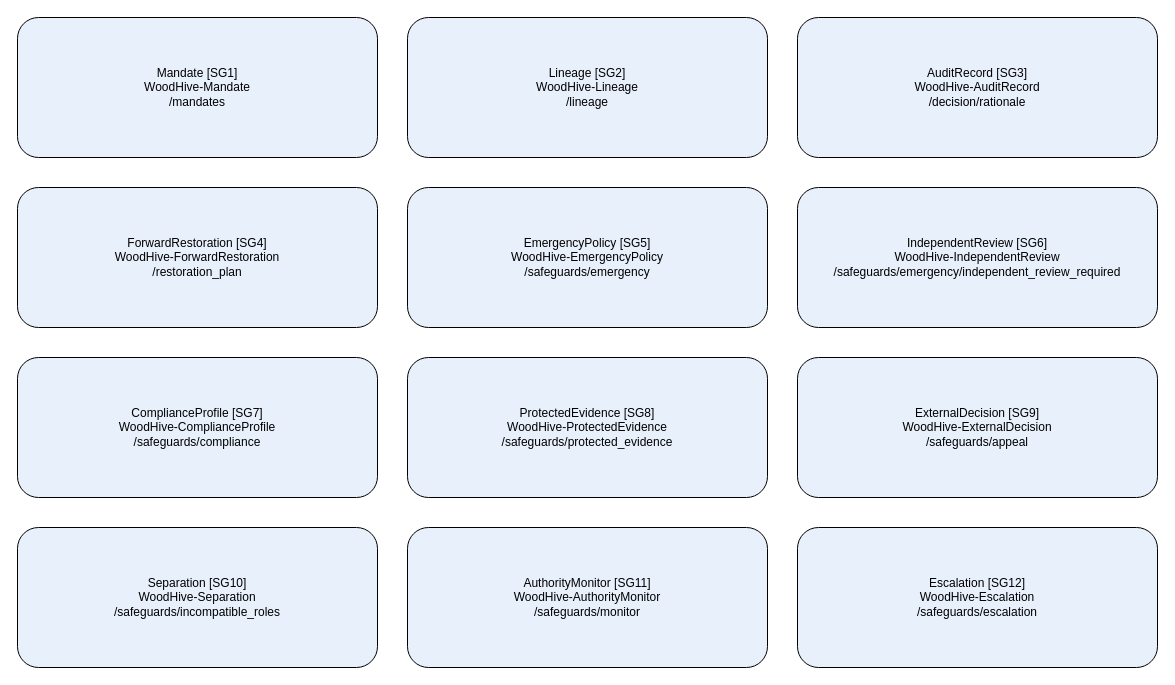
alexbafana/MKM-POL21-2025 keeps this draw.io diagram as reproducibility/paper-b/models/extended-views/Safeguard.drawio. Above is the earlier version. Source tidied: cells renumbered, new cells numbered last; positions are measured from the earlier drawing's top-left corner, leaving out a move shared by most shapes. Both pictures are drawn from the tidied source at 100%, with x=0, y=0 at pixel (17, 17).
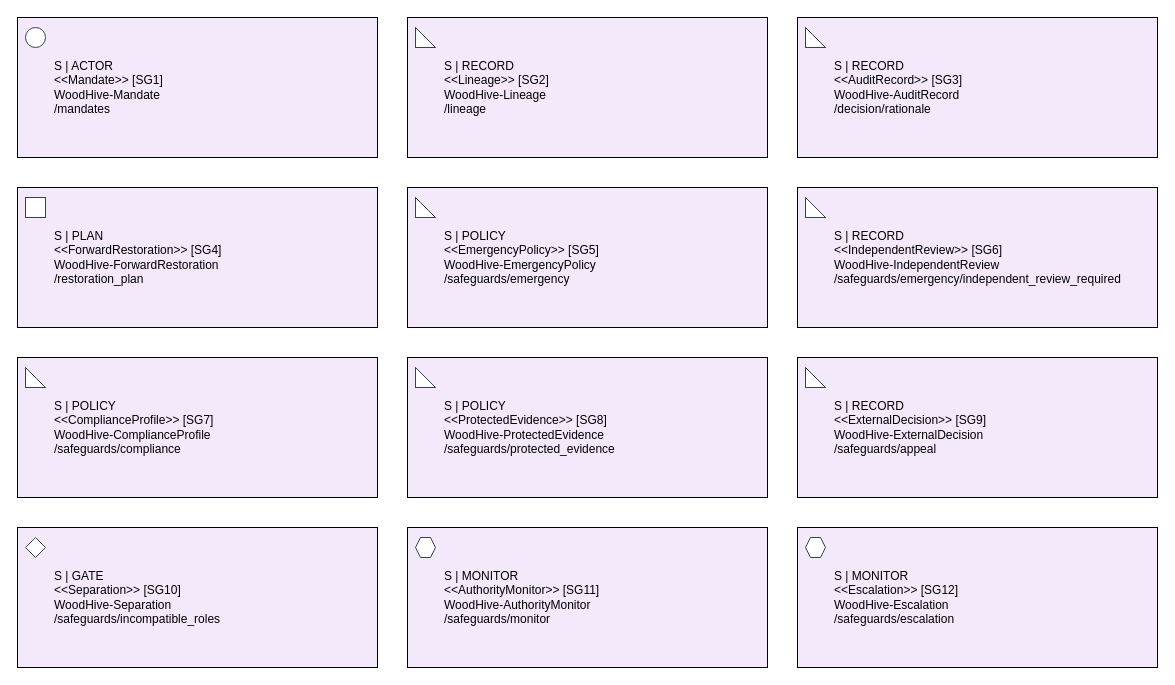
After the change.

The edit, as a diff of the source:
```diff
@@
-    <mxCell id="2" value="Mandate [SG1]&#10;WoodHive-Mandate&#10;/mandates" style="rounded=1;whiteSpace=wrap;html=0;fillColor=#e8f0fb;" parent="1" vertex="1">
+    <mxCell id="2" value="S | ACTOR&#10;&lt;&lt;Mandate&gt;&gt; [SG1]&#10;WoodHive-Mandate&#10;/mandates" style="rounded=0;whiteSpace=wrap;html=0;align=left;spacingLeft=35;fillColor=#f4e9fa;" parent="1" vertex="1">
       <mxGeometry width="360" height="140" as="geometry" />
     </mxCell>
+    <mxCell id="14" style="shape=ellipse;fillColor=#ffffff;strokeColor=#334155;" parent="2" vertex="1">
+      <mxGeometry x="8" y="10" width="20" height="20" as="geometry" />
+    </mxCell>
-    <mxCell id="3" value="Lineage [SG2]&#10;WoodHive-Lineage&#10;/lineage" style="rounded=1;whiteSpace=wrap;html=0;fillColor=#e8f0fb;" parent="1" vertex="1">
+    <mxCell id="3" value="S | RECORD&#10;&lt;&lt;Lineage&gt;&gt; [SG2]&#10;WoodHive-Lineage&#10;/lineage" style="rounded=0;whiteSpace=wrap;html=0;align=left;spacingLeft=35;fillColor=#f4e9fa;" parent="1" vertex="1">
       <mxGeometry x="390" width="360" height="140" as="geometry" />
     </mxCell>
+    <mxCell id="15" style="shape=note;fillColor=#ffffff;strokeColor=#334155;" parent="3" vertex="1">
+      <mxGeometry x="8" y="10" width="20" height="20" as="geometry" />
+    </mxCell>
-    <mxCell id="4" value="AuditRecord [SG3]&#10;WoodHive-AuditRecord&#10;/decision/rationale" style="rounded=1;whiteSpace=wrap;html=0;fillColor=#e8f0fb;" parent="1" vertex="1">
+    <mxCell id="4" value="S | RECORD&#10;&lt;&lt;AuditRecord&gt;&gt; [SG3]&#10;WoodHive-AuditRecord&#10;/decision/rationale" style="rounded=0;whiteSpace=wrap;html=0;align=left;spacingLeft=35;fillColor=#f4e9fa;" parent="1" vertex="1">
       <mxGeometry x="780" width="360" height="140" as="geometry" />
     </mxCell>
+    <mxCell id="16" style="shape=note;fillColor=#ffffff;strokeColor=#334155;" parent="4" vertex="1">
+      <mxGeometry x="8" y="10" width="20" height="20" as="geometry" />
+    </mxCell>
-    <mxCell id="5" value="ForwardRestoration [SG4]&#10;WoodHive-ForwardRestoration&#10;/restoration_plan" style="rounded=1;whiteSpace=wrap;html=0;fillColor=#e8f0fb;" parent="1" vertex="1">
+    <mxCell id="5" value="S | PLAN&#10;&lt;&lt;ForwardRestoration&gt;&gt; [SG4]&#10;WoodHive-ForwardRestoration&#10;/restoration_plan" style="rounded=0;whiteSpace=wrap;html=0;align=left;spacingLeft=35;fillColor=#f4e9fa;" parent="1" vertex="1">
       <mxGeometry y="170" width="360" height="140" as="geometry" />
     </mxCell>
+    <mxCell id="17" style="shape=rectangle;fillColor=#ffffff;strokeColor=#334155;" parent="5" vertex="1">
+      <mxGeometry x="8" y="10" width="20" height="20" as="geometry" />
+    </mxCell>
-    <mxCell id="6" value="EmergencyPolicy [SG5]&#10;WoodHive-EmergencyPolicy&#10;/safeguards/emergency" style="rounded=1;whiteSpace=wrap;html=0;fillColor=#e8f0fb;" parent="1" vertex="1">
+    <mxCell id="6" value="S | POLICY&#10;&lt;&lt;EmergencyPolicy&gt;&gt; [SG5]&#10;WoodHive-EmergencyPolicy&#10;/safeguards/emergency" style="rounded=0;whiteSpace=wrap;html=0;align=left;spacingLeft=35;fillColor=#f4e9fa;" parent="1" vertex="1">
       <mxGeometry x="390" y="170" width="360" height="140" as="geometry" />
     </mxCell>
+    <mxCell id="18" style="shape=note;fillColor=#ffffff;strokeColor=#334155;" parent="6" vertex="1">
+      <mxGeometry x="8" y="10" width="20" height="20" as="geometry" />
+    </mxCell>
-    <mxCell id="7" value="IndependentReview [SG6]&#10;WoodHive-IndependentReview&#10;/safeguards/emergency/independent_review_required" style="rounded=1;whiteSpace=wrap;html=0;fillColor=#e8f0fb;" parent="1" vertex="1">
+    <mxCell id="7" value="S | RECORD&#10;&lt;&lt;IndependentReview&gt;&gt; [SG6]&#10;WoodHive-IndependentReview&#10;/safeguards/emergency/independent_review_required" style="rounded=0;whiteSpace=wrap;html=0;align=left;spacingLeft=35;fillColor=#f4e9fa;" parent="1" vertex="1">
       <mxGeometry x="780" y="170" width="360" height="140" as="geometry" />
     </mxCell>
+    <mxCell id="19" style="shape=note;fillColor=#ffffff;strokeColor=#334155;" parent="7" vertex="1">
+      <mxGeometry x="8" y="10" width="20" height="20" as="geometry" />
+    </mxCell>
-    <mxCell id="8" value="ComplianceProfile [SG7]&#10;WoodHive-ComplianceProfile&#10;/safeguards/compliance" style="rounded=1;whiteSpace=wrap;html=0;fillColor=#e8f0fb;" parent="1" vertex="1">
+    <mxCell id="8" value="S | POLICY&#10;&lt;&lt;ComplianceProfile&gt;&gt; [SG7]&#10;WoodHive-ComplianceProfile&#10;/safeguards/compliance" style="rounded=0;whiteSpace=wrap;html=0;align=left;spacingLeft=35;fillColor=#f4e9fa;" parent="1" vertex="1">
       <mxGeometry y="340" width="360" height="140" as="geometry" />
     </mxCell>
+    <mxCell id="20" style="shape=note;fillColor=#ffffff;strokeColor=#334155;" parent="8" vertex="1">
+      <mxGeometry x="8" y="10" width="20" height="20" as="geometry" />
+    </mxCell>
-    <mxCell id="9" value="ProtectedEvidence [SG8]&#10;WoodHive-ProtectedEvidence&#10;/safeguards/protected_evidence" style="rounded=1;whiteSpace=wrap;html=0;fillColor=#e8f0fb;" parent="1" vertex="1">
+    <mxCell id="9" value="S | POLICY&#10;&lt;&lt;ProtectedEvidence&gt;&gt; [SG8]&#10;WoodHive-ProtectedEvidence&#10;/safeguards/protected_evidence" style="rounded=0;whiteSpace=wrap;html=0;align=left;spacingLeft=35;fillColor=#f4e9fa;" parent="1" vertex="1">
       <mxGeometry x="390" y="340" width="360" height="140" as="geometry" />
     </mxCell>
+    <mxCell id="21" style="shape=note;fillColor=#ffffff;strokeColor=#334155;" parent="9" vertex="1">
+      <mxGeometry x="8" y="10" width="20" height="20" as="geometry" />
+    </mxCell>
-    <mxCell id="10" value="ExternalDecision [SG9]&#10;WoodHive-ExternalDecision&#10;/safeguards/appeal" style="rounded=1;whiteSpace=wrap;html=0;fillColor=#e8f0fb;" parent="1" vertex="1">
+    <mxCell id="10" value="S | RECORD&#10;&lt;&lt;ExternalDecision&gt;&gt; [SG9]&#10;WoodHive-ExternalDecision&#10;/safeguards/appeal" style="rounded=0;whiteSpace=wrap;html=0;align=left;spacingLeft=35;fillColor=#f4e9fa;" parent="1" vertex="1">
       <mxGeometry x="780" y="340" width="360" height="140" as="geometry" />
     </mxCell>
+    <mxCell id="22" style="shape=note;fillColor=#ffffff;strokeColor=#334155;" parent="10" vertex="1">
+      <mxGeometry x="8" y="10" width="20" height="20" as="geometry" />
+    </mxCell>
-    <mxCell id="11" value="Separation [SG10]&#10;WoodHive-Separation&#10;/safeguards/incompatible_roles" style="rounded=1;whiteSpace=wrap;html=0;fillColor=#e8f0fb;" parent="1" vertex="1">
+    <mxCell id="11" value="S | GATE&#10;&lt;&lt;Separation&gt;&gt; [SG10]&#10;WoodHive-Separation&#10;/safeguards/incompatible_roles" style="rounded=0;whiteSpace=wrap;html=0;align=left;spacingLeft=35;fillColor=#f4e9fa;" parent="1" vertex="1">
       <mxGeometry y="510" width="360" height="140" as="geometry" />
     </mxCell>
+    <mxCell id="23" style="shape=rhombus;fillColor=#ffffff;strokeColor=#334155;" parent="11" vertex="1">
+      <mxGeometry x="8" y="10" width="20" height="20" as="geometry" />
+    </mxCell>
-    <mxCell id="12" value="AuthorityMonitor [SG11]&#10;WoodHive-AuthorityMonitor&#10;/safeguards/monitor" style="rounded=1;whiteSpace=wrap;html=0;fillColor=#e8f0fb;" parent="1" vertex="1">
+    <mxCell id="12" value="S | MONITOR&#10;&lt;&lt;AuthorityMonitor&gt;&gt; [SG11]&#10;WoodHive-AuthorityMonitor&#10;/safeguards/monitor" style="rounded=0;whiteSpace=wrap;html=0;align=left;spacingLeft=35;fillColor=#f4e9fa;" parent="1" vertex="1">
       <mxGeometry x="390" y="510" width="360" height="140" as="geometry" />
     </mxCell>
+    <mxCell id="24" style="shape=hexagon;fillColor=#ffffff;strokeColor=#334155;" parent="12" vertex="1">
+      <mxGeometry x="8" y="10" width="20" height="20" as="geometry" />
+    </mxCell>
-    <mxCell id="13" value="Escalation [SG12]&#10;WoodHive-Escalation&#10;/safeguards/escalation" style="rounded=1;whiteSpace=wrap;html=0;fillColor=#e8f0fb;" parent="1" vertex="1">
+    <mxCell id="13" value="S | MONITOR&#10;&lt;&lt;Escalation&gt;&gt; [SG12]&#10;WoodHive-Escalation&#10;/safeguards/escalation" style="rounded=0;whiteSpace=wrap;html=0;align=left;spacingLeft=35;fillColor=#f4e9fa;" parent="1" vertex="1">
       <mxGeometry x="780" y="510" width="360" height="140" as="geometry" />
     </mxCell>
+    <mxCell id="25" style="shape=hexagon;fillColor=#ffffff;strokeColor=#334155;" parent="13" vertex="1">
+      <mxGeometry x="8" y="10" width="20" height="20" as="geometry" />
+    </mxCell>
```
